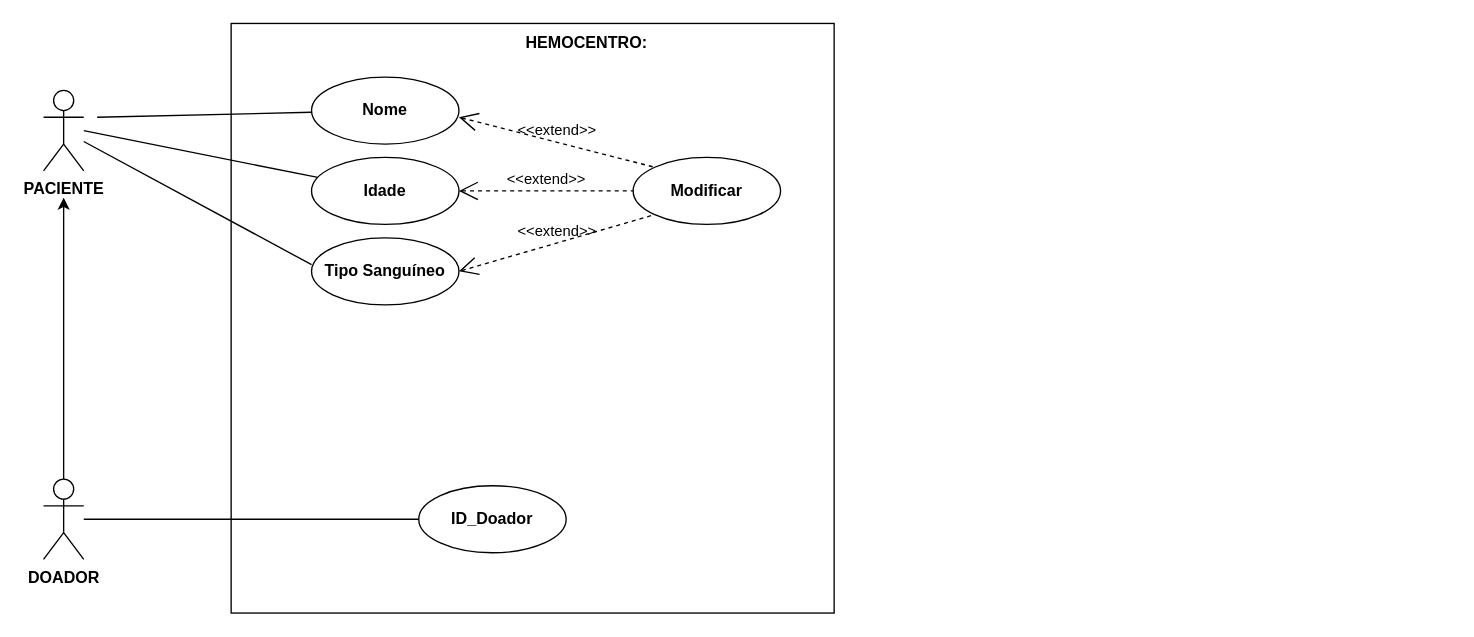
Earlier version of the draw.io diagram UML.drawio (Geraldinhozinho/Alana-e-Geraldo). Source tidied: cells renumbered, new cells numbered last; positions are measured from the earlier drawing's top-left corner, leaving out a move shared by most shapes. Both pictures are drawn from the tidied source at 134%, with x=0, y=0 at pixel (43, 23).
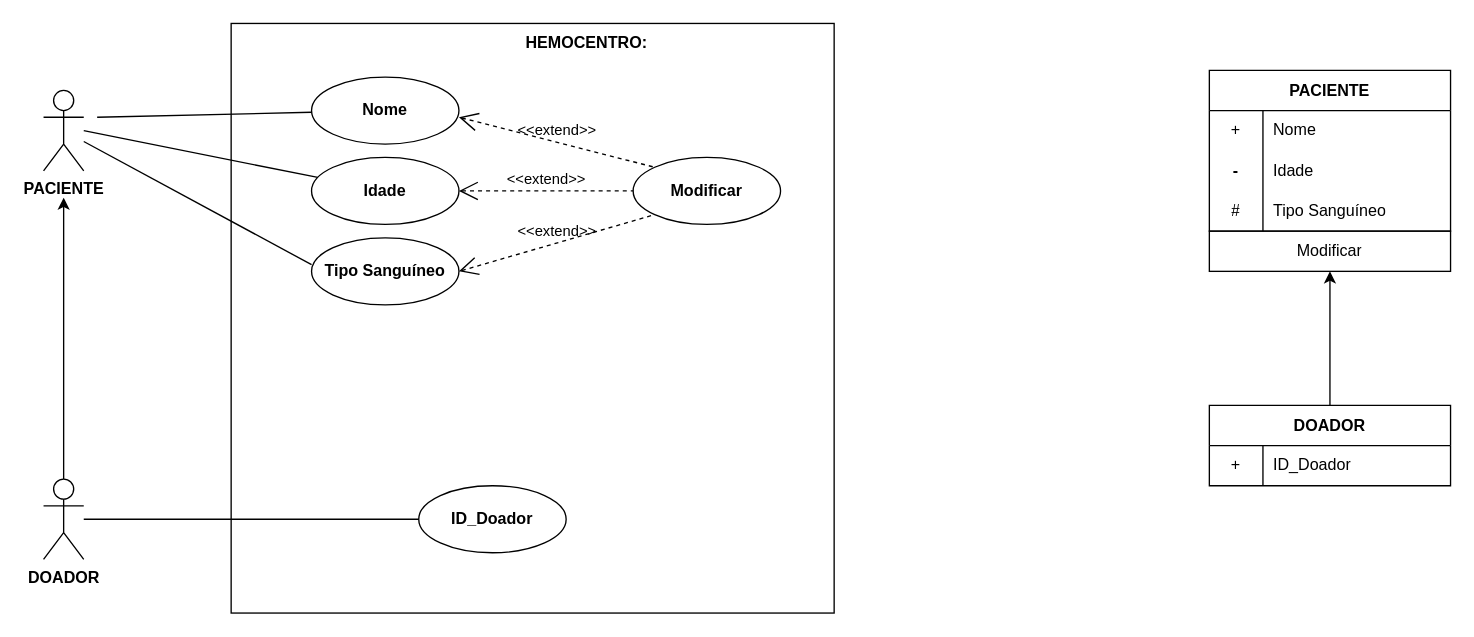
The same diagram, later.

Commit message:
criei o diagrama

UML.drawio

What changed in the source:
```diff
@@
+    <mxCell id="19" value="PACIENTE" style="shape=table;startSize=30;childLayout=tableLayout;rowLines=0;fontStyle=1;" parent="1" vertex="1">
+      <mxGeometry x="870" y="35" width="180" height="120" as="geometry" />
+    </mxCell>
+    <mxCell id="20" style="shape=tableRow;horizontal=0;startSize=0;swimlaneHead=0;swimlaneBody=0;top=0;left=0;bottom=0;right=0;fillColor=none;" parent="19" vertex="1">
+      <mxGeometry y="30" width="180" height="30" as="geometry" />
+    </mxCell>
+    <mxCell id="21" value="+" style="shape=partialRectangle;html=1;whiteSpace=wrap;fillColor=none;top=0;left=0;bottom=0;right=0;overflow=hidden;" parent="20" vertex="1">
+      <mxGeometry width="40" height="30" as="geometry" />
+    </mxCell>
+    <mxCell id="22" value="Nome" style="shape=partialRectangle;html=1;whiteSpace=wrap;fillColor=none;top=0;left=0;bottom=0;right=0;align=left;spacingLeft=6;overflow=hidden;" parent="20" vertex="1">
+      <mxGeometry x="40" width="140" height="30" as="geometry" />
+    </mxCell>
+    <mxCell id="23" style="shape=tableRow;horizontal=0;startSize=0;swimlaneHead=0;swimlaneBody=0;top=0;left=0;bottom=0;right=0;fillColor=none;" parent="19" vertex="1">
+      <mxGeometry y="60" width="180" height="30" as="geometry" />
+    </mxCell>
+    <mxCell id="24" value="&lt;b&gt;-&lt;/b&gt;" style="shape=partialRectangle;html=1;whiteSpace=wrap;fillColor=none;top=0;left=0;bottom=0;right=0;overflow=hidden;" parent="23" vertex="1">
+      <mxGeometry width="40" height="30" as="geometry" />
+    </mxCell>
+    <mxCell id="25" value="Idade" style="shape=partialRectangle;html=1;whiteSpace=wrap;fillColor=none;top=0;left=0;bottom=0;right=0;align=left;spacingLeft=6;overflow=hidden;" parent="23" vertex="1">
+      <mxGeometry x="40" width="140" height="30" as="geometry" />
+    </mxCell>
+    <mxCell id="26" style="shape=tableRow;horizontal=0;startSize=0;swimlaneHead=0;swimlaneBody=0;top=0;left=0;bottom=0;right=0;fillColor=none;" parent="19" vertex="1">
+      <mxGeometry y="90" width="180" height="30" as="geometry" />
+    </mxCell>
+    <mxCell id="27" value="#" style="shape=partialRectangle;html=1;whiteSpace=wrap;fillColor=none;top=0;left=0;bottom=0;right=0;overflow=hidden;" parent="26" vertex="1">
+      <mxGeometry width="40" height="30" as="geometry" />
+    </mxCell>
+    <mxCell id="28" value="Tipo Sanguíneo" style="shape=partialRectangle;html=1;whiteSpace=wrap;fillColor=none;top=0;left=0;bottom=0;right=0;align=left;spacingLeft=6;overflow=hidden;" parent="26" vertex="1">
+      <mxGeometry x="40" width="140" height="30" as="geometry" />
+    </mxCell>
+    <mxCell id="29" value="Modificar" style="text;strokeColor=default;fillColor=none;align=center;verticalAlign=middle;spacingLeft=4;spacingRight=4;overflow=hidden;whiteSpace=wrap;html=1;gradientColor=none;" parent="1" vertex="1">
+      <mxGeometry x="870" y="155" width="180" height="30" as="geometry" />
+    </mxCell>
+    <mxCell id="30" value="DOADOR" style="shape=table;startSize=30;childLayout=tableLayout;rowLines=0;fontStyle=1;" parent="1" vertex="1">
+      <mxGeometry x="870" y="285" width="180" height="60" as="geometry" />
+    </mxCell>
+    <mxCell id="31" style="shape=tableRow;horizontal=0;startSize=0;swimlaneHead=0;swimlaneBody=0;top=0;left=0;bottom=0;right=0;fillColor=none;" parent="30" vertex="1">
+      <mxGeometry y="30" width="180" height="30" as="geometry" />
+    </mxCell>
+    <mxCell id="32" value="+" style="shape=partialRectangle;html=1;whiteSpace=wrap;fillColor=none;top=0;left=0;bottom=0;right=0;overflow=hidden;" parent="31" vertex="1">
+      <mxGeometry width="40" height="30" as="geometry" />
+    </mxCell>
+    <mxCell id="33" value="ID_Doador" style="shape=partialRectangle;html=1;whiteSpace=wrap;fillColor=none;top=0;left=0;bottom=0;right=0;align=left;spacingLeft=6;overflow=hidden;" parent="31" vertex="1">
+      <mxGeometry x="40" width="140" height="30" as="geometry" />
+    </mxCell>
+    <mxCell id="34" style="endArrow=classic;html=1;exitX=0.5;exitY=0;exitDx=0;exitDy=0;" parent="1" edge="1" source="30">
+      <mxGeometry relative="1" as="geometry">
+        <mxPoint x="960" y="185" as="targetPoint" />
+      </mxGeometry>
+    </mxCell>
```
